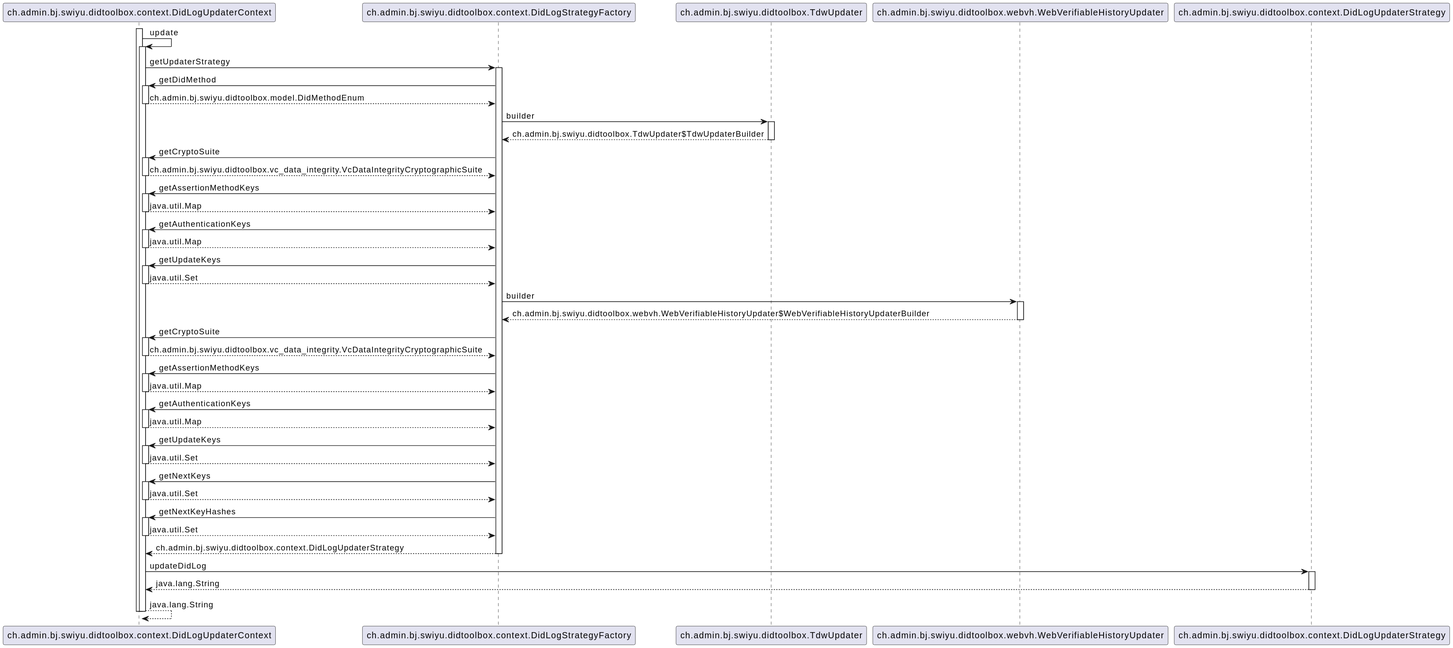
This is src/main/plantuml/DidLogUpdaterContext-update.svg from swiyu-admin-ch/didtoolbox-java, a PlantUML export, as it was before one commit.
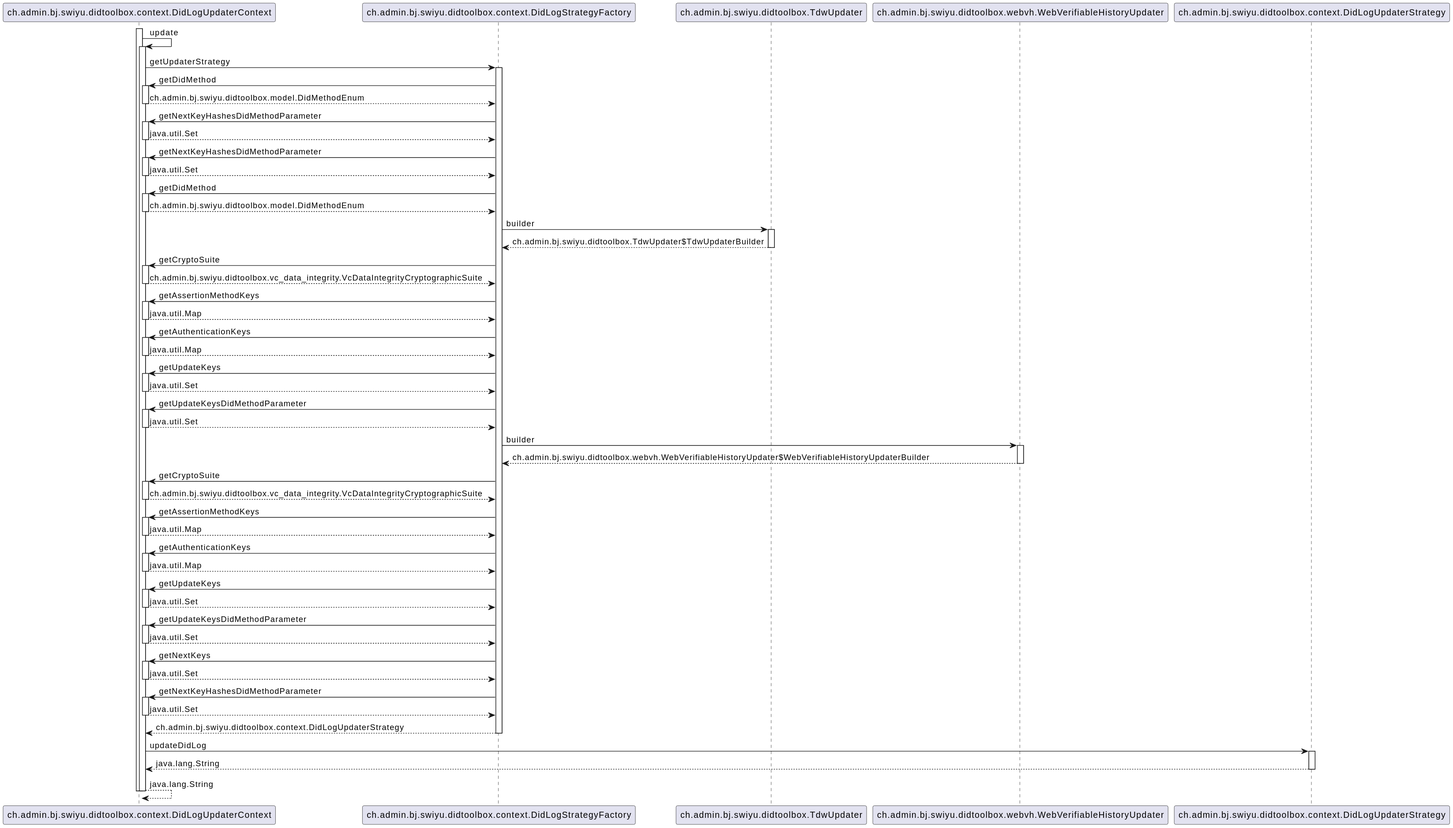
Later version of the same file.

Diff of the diagram source:
```diff
@@ -10,6 +10,18 @@
 	activate ch.admin.bj.swiyu.didtoolbox.context.DidLogUpdaterContext
 		ch.admin.bj.swiyu.didtoolbox.context.DidLogUpdaterContext -> ch.admin.bj.swiyu.didtoolbox.context.DidLogStrategyFactory : getUpdaterStrategy
 		activate ch.admin.bj.swiyu.didtoolbox.context.DidLogStrategyFactory
+			ch.admin.bj.swiyu.didtoolbox.context.DidLogStrategyFactory -> ch.admin.bj.swiyu.didtoolbox.context.DidLogUpdaterContext : getDidMethod
+			activate ch.admin.bj.swiyu.didtoolbox.context.DidLogUpdaterContext
+				ch.admin.bj.swiyu.didtoolbox.context.DidLogUpdaterContext --> ch.admin.bj.swiyu.didtoolbox.context.DidLogStrategyFactory : ch.admin.bj.swiyu.didtoolbox.model.DidMethodEnum
+			deactivate ch.admin.bj.swiyu.didtoolbox.context.DidLogUpdaterContext
+			ch.admin.bj.swiyu.didtoolbox.context.DidLogStrategyFactory -> ch.admin.bj.swiyu.didtoolbox.context.DidLogUpdaterContext : getNextKeyHashesDidMethodParameter
+			activate ch.admin.bj.swiyu.didtoolbox.context.DidLogUpdaterContext
+				ch.admin.bj.swiyu.didtoolbox.context.DidLogUpdaterContext --> ch.admin.bj.swiyu.didtoolbox.context.DidLogStrategyFactory : java.util.Set
+			deactivate ch.admin.bj.swiyu.didtoolbox.context.DidLogUpdaterContext
+			ch.admin.bj.swiyu.didtoolbox.context.DidLogStrategyFactory -> ch.admin.bj.swiyu.didtoolbox.context.DidLogUpdaterContext : getNextKeyHashesDidMethodParameter
+			activate ch.admin.bj.swiyu.didtoolbox.context.DidLogUpdaterContext
+				ch.admin.bj.swiyu.didtoolbox.context.DidLogUpdaterContext --> ch.admin.bj.swiyu.didtoolbox.context.DidLogStrategyFactory : java.util.Set
+			deactivate ch.admin.bj.swiyu.didtoolbox.context.DidLogUpdaterContext
 			ch.admin.bj.swiyu.didtoolbox.context.DidLogStrategyFactory -> ch.admin.bj.swiyu.didtoolbox.context.DidLogUpdaterContext : getDidMethod
 			activate ch.admin.bj.swiyu.didtoolbox.context.DidLogUpdaterContext
 				ch.admin.bj.swiyu.didtoolbox.context.DidLogUpdaterContext --> ch.admin.bj.swiyu.didtoolbox.context.DidLogStrategyFactory : ch.admin.bj.swiyu.didtoolbox.model.DidMethodEnum
@@ -34,6 +46,10 @@
 			activate ch.admin.bj.swiyu.didtoolbox.context.DidLogUpdaterContext
 				ch.admin.bj.swiyu.didtoolbox.context.DidLogUpdaterContext --> ch.admin.bj.swiyu.didtoolbox.context.DidLogStrategyFactory : java.util.Set
 			deactivate ch.admin.bj.swiyu.didtoolbox.context.DidLogUpdaterContext
+			ch.admin.bj.swiyu.didtoolbox.context.DidLogStrategyFactory -> ch.admin.bj.swiyu.didtoolbox.context.DidLogUpdaterContext : getUpdateKeysDidMethodParameter
+			activate ch.admin.bj.swiyu.didtoolbox.context.DidLogUpdaterContext
+				ch.admin.bj.swiyu.didtoolbox.context.DidLogUpdaterContext --> ch.admin.bj.swiyu.didtoolbox.context.DidLogStrategyFactory : java.util.Set
+			deactivate ch.admin.bj.swiyu.didtoolbox.context.DidLogUpdaterContext
 			ch.admin.bj.swiyu.didtoolbox.context.DidLogStrategyFactory -> ch.admin.bj.swiyu.didtoolbox.webvh.WebVerifiableHistoryUpdater : builder
 			activate ch.admin.bj.swiyu.didtoolbox.webvh.WebVerifiableHistoryUpdater
 				ch.admin.bj.swiyu.didtoolbox.webvh.WebVerifiableHistoryUpdater --> ch.admin.bj.swiyu.didtoolbox.context.DidLogStrategyFactory : ch.admin.bj.swiyu.didtoolbox.webvh.WebVerifiableHistoryUpdater$WebVerifiableHistoryUpdaterBuilder
@@ -54,11 +70,15 @@
 			activate ch.admin.bj.swiyu.didtoolbox.context.DidLogUpdaterContext
 				ch.admin.bj.swiyu.didtoolbox.context.DidLogUpdaterContext --> ch.admin.bj.swiyu.didtoolbox.context.DidLogStrategyFactory : java.util.Set
 			deactivate ch.admin.bj.swiyu.didtoolbox.context.DidLogUpdaterContext
+			ch.admin.bj.swiyu.didtoolbox.context.DidLogStrategyFactory -> ch.admin.bj.swiyu.didtoolbox.context.DidLogUpdaterContext : getUpdateKeysDidMethodParameter
+			activate ch.admin.bj.swiyu.didtoolbox.context.DidLogUpdaterContext
+				ch.admin.bj.swiyu.didtoolbox.context.DidLogUpdaterContext --> ch.admin.bj.swiyu.didtoolbox.context.DidLogStrategyFactory : java.util.Set
+			deactivate ch.admin.bj.swiyu.didtoolbox.context.DidLogUpdaterContext
 			ch.admin.bj.swiyu.didtoolbox.context.DidLogStrategyFactory -> ch.admin.bj.swiyu.didtoolbox.context.DidLogUpdaterContext : getNextKeys
 			activate ch.admin.bj.swiyu.didtoolbox.context.DidLogUpdaterContext
 				ch.admin.bj.swiyu.didtoolbox.context.DidLogUpdaterContext --> ch.admin.bj.swiyu.didtoolbox.context.DidLogStrategyFactory : java.util.Set
 			deactivate ch.admin.bj.swiyu.didtoolbox.context.DidLogUpdaterContext
-			ch.admin.bj.swiyu.didtoolbox.context.DidLogStrategyFactory -> ch.admin.bj.swiyu.didtoolbox.context.DidLogUpdaterContext : getNextKeyHashes
+			ch.admin.bj.swiyu.didtoolbox.context.DidLogStrategyFactory -> ch.admin.bj.swiyu.didtoolbox.context.DidLogUpdaterContext : getNextKeyHashesDidMethodParameter
 			activate ch.admin.bj.swiyu.didtoolbox.context.DidLogUpdaterContext
 				ch.admin.bj.swiyu.didtoolbox.context.DidLogUpdaterContext --> ch.admin.bj.swiyu.didtoolbox.context.DidLogStrategyFactory : java.util.Set
 			deactivate ch.admin.bj.swiyu.didtoolbox.context.DidLogUpdaterContext
```
